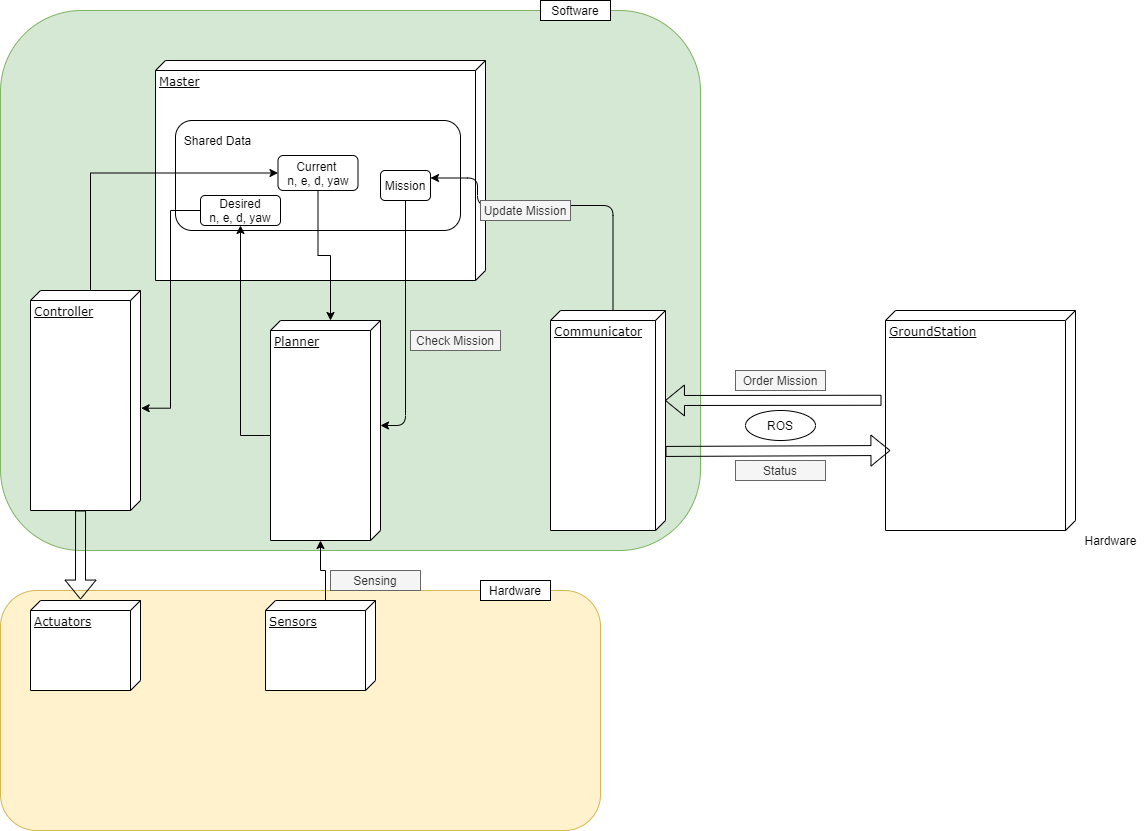
The draw.io diagram vbdc.png in sh-song/vision-based-drone-control, before a commit. Source tidied: cells renumbered, new cells last; positions are measured from the earlier drawing's top-left corner, leaving out a move shared by most shapes. The source it was exported from:
```xml
<mxGraphModel background="#ffffff">
  <root>
    <mxCell id="0" />
    <mxCell id="1" parent="0" />
    <mxCell id="2" style="rounded=1;whiteSpace=wrap;html=1;fillColor=#d5e8d4;strokeColor=#82b366;" parent="1" vertex="1">
      <mxGeometry y="10" width="700" height="540" as="geometry" />
    </mxCell>
    <mxCell id="3" style="rounded=1;whiteSpace=wrap;html=1;fillColor=#fff2cc;strokeColor=#d6b656;" parent="1" vertex="1">
      <mxGeometry y="590" width="600" height="240" as="geometry" />
    </mxCell>
    <mxCell id="4" value="Controller" style="verticalAlign=top;align=left;spacingTop=8;spacingLeft=2;spacingRight=12;shape=cube;size=10;direction=south;fontStyle=4;html=1;rounded=0;shadow=0;comic=0;labelBackgroundColor=none;strokeWidth=1;fontFamily=Verdana;fontSize=12;" parent="1" vertex="1">
      <mxGeometry x="30" y="290" width="110" height="220" as="geometry" />
    </mxCell>
    <mxCell id="5" value="Planner" style="verticalAlign=top;align=left;spacingTop=8;spacingLeft=2;spacingRight=12;shape=cube;size=10;direction=south;fontStyle=4;html=1;rounded=0;shadow=0;comic=0;labelBackgroundColor=none;strokeWidth=1;fontFamily=Verdana;fontSize=12;" parent="1" vertex="1">
      <mxGeometry x="270" y="320" width="110" height="220" as="geometry" />
    </mxCell>
    <mxCell id="6" value="Master" style="verticalAlign=top;align=left;spacingTop=8;spacingLeft=2;spacingRight=12;shape=cube;size=10;direction=south;fontStyle=4;html=1;rounded=0;shadow=0;comic=0;labelBackgroundColor=none;strokeWidth=1;fontFamily=Verdana;fontSize=12;" parent="1" vertex="1">
      <mxGeometry x="155" y="60" width="330" height="220" as="geometry" />
    </mxCell>
    <mxCell id="7" value="Communicator" style="verticalAlign=top;align=left;spacingTop=8;spacingLeft=2;spacingRight=12;shape=cube;size=10;direction=south;fontStyle=4;html=1;rounded=0;shadow=0;comic=0;labelBackgroundColor=none;strokeWidth=1;fontFamily=Verdana;fontSize=12;" parent="1" vertex="1">
      <mxGeometry x="550" y="310" width="115" height="220" as="geometry" />
    </mxCell>
    <mxCell id="8" value="GroundStation" style="verticalAlign=top;align=left;spacingTop=8;spacingLeft=2;spacingRight=12;shape=cube;size=10;direction=south;fontStyle=4;html=1;rounded=0;shadow=0;comic=0;labelBackgroundColor=none;strokeWidth=1;fontFamily=Verdana;fontSize=12;" parent="1" vertex="1">
      <mxGeometry x="885" y="310" width="190" height="220" as="geometry" />
    </mxCell>
    <mxCell id="9" value="&lt;div style=&quot;text-align: justify&quot;&gt;&lt;div&gt;&lt;br&gt;&lt;/div&gt;&lt;/div&gt;" style="rounded=1;whiteSpace=wrap;html=1;align=left;" parent="1" vertex="1">
      <mxGeometry x="175" y="120" width="285" height="110" as="geometry" />
    </mxCell>
    <mxCell id="10" value="Shared Data" style="text;html=1;strokeColor=none;fillColor=none;align=center;verticalAlign=middle;whiteSpace=wrap;rounded=0;sketch=0;" parent="1" vertex="1">
      <mxGeometry x="170" y="130" width="95" height="20" as="geometry" />
    </mxCell>
    <mxCell id="11" value="Check Mission" style="rounded=0;whiteSpace=wrap;html=1;sketch=0;fillColor=#f5f5f5;strokeColor=#666666;fontColor=#333333;" parent="1" vertex="1">
      <mxGeometry x="410" y="330" width="90" height="20" as="geometry" />
    </mxCell>
    <mxCell id="12" value="Order Mission" style="rounded=0;whiteSpace=wrap;html=1;sketch=0;fillColor=#f5f5f5;strokeColor=#666666;fontColor=#333333;" parent="1" vertex="1">
      <mxGeometry x="735" y="370" width="90" height="20" as="geometry" />
    </mxCell>
    <mxCell id="13" value="Status" style="rounded=0;whiteSpace=wrap;html=1;sketch=0;fillColor=#f5f5f5;strokeColor=#666666;fontColor=#333333;" parent="1" vertex="1">
      <mxGeometry x="735" y="460" width="90" height="20" as="geometry" />
    </mxCell>
    <mxCell id="14" style="shape=flexArrow;endArrow=classic;html=1;entryX=0.473;entryY=0.974;entryDx=0;entryDy=0;entryPerimeter=0;" parent="1" edge="1">
      <mxGeometry relative="1" as="geometry">
        <mxPoint x="665" y="450.9" as="sourcePoint" />
        <mxPoint x="889.9" y="450" as="targetPoint" />
      </mxGeometry>
    </mxCell>
    <mxCell id="15" style="shape=flexArrow;endArrow=classic;html=1;exitX=0.408;exitY=1.021;exitDx=0;exitDy=0;exitPerimeter=0;" parent="1" edge="1" source="8">
      <mxGeometry relative="1" as="geometry">
        <mxPoint x="664.5" y="400" as="targetPoint" />
      </mxGeometry>
    </mxCell>
    <mxCell id="16" style="edgeStyle=orthogonalEdgeStyle;curved=0;rounded=1;sketch=0;jettySize=auto;html=1;exitX=0.5;exitY=1;exitDx=0;exitDy=0;entryX=0;entryY=0;entryDx=105;entryDy=0;entryPerimeter=0;" parent="1" edge="1" source="17" target="5">
      <mxGeometry relative="1" as="geometry">
        <Array as="points">
          <mxPoint x="405" y="425" />
        </Array>
      </mxGeometry>
    </mxCell>
    <mxCell id="17" value="Mission" style="rounded=1;whiteSpace=wrap;html=1;sketch=0;" parent="1" vertex="1">
      <mxGeometry x="380" y="170" width="50" height="30" as="geometry" />
    </mxCell>
    <mxCell id="18" style="edgeStyle=orthogonalEdgeStyle;curved=0;rounded=1;sketch=0;jettySize=auto;html=1;exitX=0;exitY=0;exitDx=0;exitDy=52.5;exitPerimeter=0;entryX=1;entryY=0.25;entryDx=0;entryDy=0;" parent="1" edge="1" source="7" target="17">
      <mxGeometry relative="1" as="geometry">
        <Array as="points">
          <mxPoint x="477" y="205" />
        </Array>
      </mxGeometry>
    </mxCell>
    <mxCell id="19" value="Update Mission" style="rounded=0;whiteSpace=wrap;html=1;sketch=0;fillColor=#f5f5f5;strokeColor=#666666;fontColor=#333333;" parent="1" vertex="1">
      <mxGeometry x="480" y="200" width="90" height="20" as="geometry" />
    </mxCell>
    <mxCell id="20" style="edgeStyle=orthogonalEdgeStyle;rounded=0;jettySize=auto;html=1;exitX=0.5;exitY=1;exitDx=0;exitDy=0;entryX=0;entryY=0;entryDx=0;entryDy=50;entryPerimeter=0;" parent="1" edge="1" source="21" target="5">
      <mxGeometry relative="1" as="geometry" />
    </mxCell>
    <mxCell id="21" value="Current &lt;br&gt;n, e, d, yaw" style="rounded=1;whiteSpace=wrap;html=1;sketch=0;" parent="1" vertex="1">
      <mxGeometry x="277.5" y="155" width="80" height="35" as="geometry" />
    </mxCell>
    <mxCell id="22" style="edgeStyle=orthogonalEdgeStyle;rounded=0;jettySize=auto;html=1;exitX=0;exitY=0.5;exitDx=0;exitDy=0;entryX=0.535;entryY=-0.006;entryDx=0;entryDy=0;entryPerimeter=0;" parent="1" edge="1" source="23" target="4">
      <mxGeometry relative="1" as="geometry" />
    </mxCell>
    <mxCell id="23" value="Desired&lt;br&gt;n, e, d, yaw" style="rounded=1;whiteSpace=wrap;html=1;sketch=0;" parent="1" vertex="1">
      <mxGeometry x="200" y="195" width="80" height="30" as="geometry" />
    </mxCell>
    <mxCell id="24" style="edgeStyle=orthogonalEdgeStyle;rounded=0;jettySize=auto;html=1;exitX=0;exitY=0;exitDx=115;exitDy=110;exitPerimeter=0;entryX=0.5;entryY=1;entryDx=0;entryDy=0;" parent="1" edge="1" source="5" target="23">
      <mxGeometry relative="1" as="geometry">
        <Array as="points">
          <mxPoint x="240" y="435" />
        </Array>
      </mxGeometry>
    </mxCell>
    <mxCell id="25" style="shape=flexArrow;endArrow=classic;html=1;" parent="1" edge="1">
      <mxGeometry relative="1" as="geometry">
        <mxPoint x="80.1" y="510" as="sourcePoint" />
        <mxPoint x="80" y="599.1" as="targetPoint" />
      </mxGeometry>
    </mxCell>
    <mxCell id="26" style="edgeStyle=orthogonalEdgeStyle;rounded=0;jettySize=auto;html=1;exitX=0;exitY=0;exitDx=0;exitDy=50;exitPerimeter=0;entryX=0;entryY=0.5;entryDx=0;entryDy=0;" parent="1" edge="1" source="4" target="21">
      <mxGeometry relative="1" as="geometry" />
    </mxCell>
    <mxCell id="27" value="ROS" style="ellipse;whiteSpace=wrap;html=1;" parent="1" vertex="1">
      <mxGeometry x="745" y="410" width="70" height="30" as="geometry" />
    </mxCell>
    <mxCell id="28" style="edgeStyle=orthogonalEdgeStyle;rounded=0;jettySize=auto;html=1;exitX=0;exitY=0;exitDx=0;exitDy=50;exitPerimeter=0;entryX=0;entryY=0;entryDx=220;entryDy=60;entryPerimeter=0;" parent="1" edge="1" source="29" target="5">
      <mxGeometry relative="1" as="geometry" />
    </mxCell>
    <mxCell id="29" value="Sensors" style="verticalAlign=top;align=left;spacingTop=8;spacingLeft=2;spacingRight=12;shape=cube;size=10;direction=south;fontStyle=4;html=1;rounded=0;shadow=0;comic=0;labelBackgroundColor=none;strokeWidth=1;fontFamily=Verdana;fontSize=12;" parent="1" vertex="1">
      <mxGeometry x="265" y="600" width="110" height="90" as="geometry" />
    </mxCell>
    <mxCell id="30" value="Actuators" style="verticalAlign=top;align=left;spacingTop=8;spacingLeft=2;spacingRight=12;shape=cube;size=10;direction=south;fontStyle=4;html=1;rounded=0;shadow=0;comic=0;labelBackgroundColor=none;strokeWidth=1;fontFamily=Verdana;fontSize=12;" parent="1" vertex="1">
      <mxGeometry x="30" y="600" width="110" height="90" as="geometry" />
    </mxCell>
    <mxCell id="31" value="Sensing" style="rounded=0;whiteSpace=wrap;html=1;sketch=0;fillColor=#f5f5f5;strokeColor=#666666;fontColor=#333333;" parent="1" vertex="1">
      <mxGeometry x="330" y="570" width="90" height="20" as="geometry" />
    </mxCell>
    <mxCell id="32" value="Hardware" style="text;html=1;align=center;verticalAlign=middle;strokeColor=none;" parent="1" vertex="1">
      <mxGeometry x="1075" y="530" width="70" height="20" as="geometry" />
    </mxCell>
    <mxCell id="33" value="Hardware" style="whiteSpace=wrap;html=1;" parent="1" vertex="1">
      <mxGeometry x="480" y="580" width="70" height="20" as="geometry" />
    </mxCell>
    <mxCell id="34" value="Software" style="whiteSpace=wrap;html=1;" parent="1" vertex="1">
      <mxGeometry x="540" width="70" height="20" as="geometry" />
    </mxCell>
  </root>
</mxGraphModel>
```
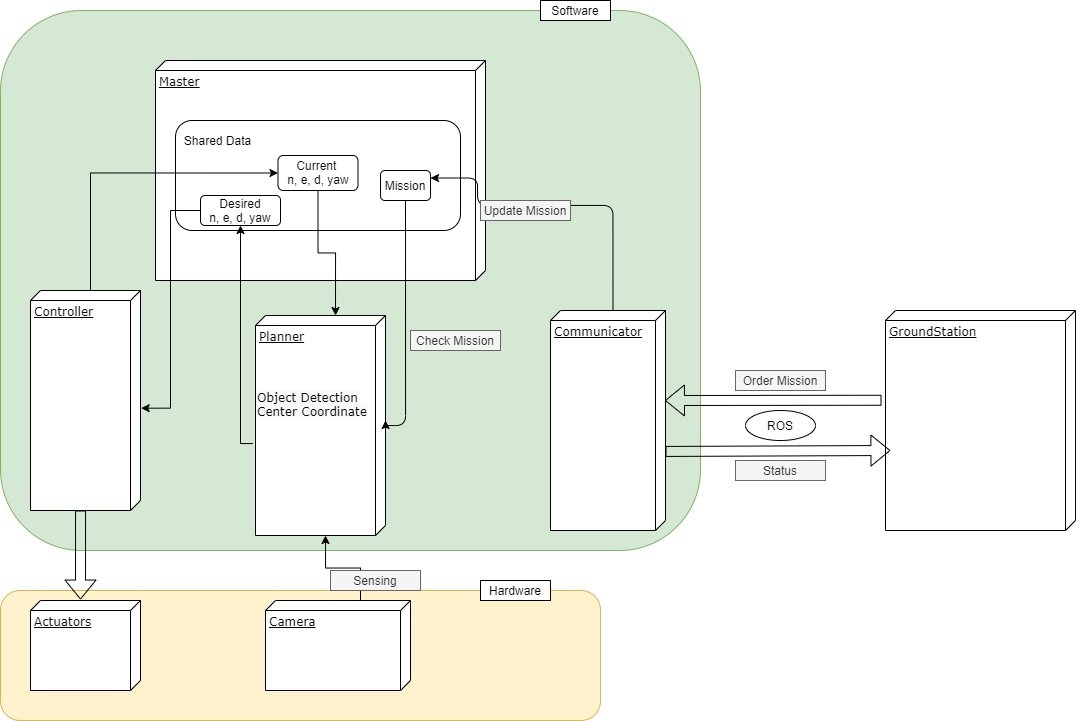
After the commit.

What changed in the source:
```diff
@@ -6,13 +6,13 @@
       <mxGeometry y="10" width="700" height="540" as="geometry" />
     </mxCell>
     <mxCell id="3" style="rounded=1;whiteSpace=wrap;html=1;fillColor=#fff2cc;strokeColor=#d6b656;" parent="1" vertex="1">
-      <mxGeometry y="590" width="600" height="240" as="geometry" />
+      <mxGeometry y="590" width="600" height="130" as="geometry" />
     </mxCell>
     <mxCell id="4" value="Controller" style="verticalAlign=top;align=left;spacingTop=8;spacingLeft=2;spacingRight=12;shape=cube;size=10;direction=south;fontStyle=4;html=1;rounded=0;shadow=0;comic=0;labelBackgroundColor=none;strokeWidth=1;fontFamily=Verdana;fontSize=12;" parent="1" vertex="1">
       <mxGeometry x="30" y="290" width="110" height="220" as="geometry" />
     </mxCell>
     <mxCell id="5" value="Planner" style="verticalAlign=top;align=left;spacingTop=8;spacingLeft=2;spacingRight=12;shape=cube;size=10;direction=south;fontStyle=4;html=1;rounded=0;shadow=0;comic=0;labelBackgroundColor=none;strokeWidth=1;fontFamily=Verdana;fontSize=12;" parent="1" vertex="1">
-      <mxGeometry x="270" y="320" width="110" height="220" as="geometry" />
+      <mxGeometry x="255" y="315" width="130" height="220" as="geometry" />
     </mxCell>
     <mxCell id="6" value="Master" style="verticalAlign=top;align=left;spacingTop=8;spacingLeft=2;spacingRight=12;shape=cube;size=10;direction=south;fontStyle=4;html=1;rounded=0;shadow=0;comic=0;labelBackgroundColor=none;strokeWidth=1;fontFamily=Verdana;fontSize=12;" parent="1" vertex="1">
       <mxGeometry x="155" y="60" width="330" height="220" as="geometry" />
@@ -81,10 +81,10 @@
     <mxCell id="23" value="Desired&lt;br&gt;n, e, d, yaw" style="rounded=1;whiteSpace=wrap;html=1;sketch=0;" parent="1" vertex="1">
       <mxGeometry x="200" y="195" width="80" height="30" as="geometry" />
     </mxCell>
-    <mxCell id="24" style="edgeStyle=orthogonalEdgeStyle;rounded=0;jettySize=auto;html=1;exitX=0;exitY=0;exitDx=115;exitDy=110;exitPerimeter=0;entryX=0.5;entryY=1;entryDx=0;entryDy=0;" parent="1" edge="1" source="5" target="23">
+    <mxCell id="24" style="edgeStyle=orthogonalEdgeStyle;rounded=0;jettySize=auto;html=1;exitX=0.582;exitY=1.021;exitDx=0;exitDy=0;exitPerimeter=0;entryX=0.5;entryY=1;entryDx=0;entryDy=0;" parent="1" edge="1" source="5" target="23">
       <mxGeometry relative="1" as="geometry">
         <Array as="points">
-          <mxPoint x="240" y="435" />
+          <mxPoint x="240" y="443" />
         </Array>
       </mxGeometry>
     </mxCell>
@@ -103,8 +103,8 @@
     <mxCell id="28" style="edgeStyle=orthogonalEdgeStyle;rounded=0;jettySize=auto;html=1;exitX=0;exitY=0;exitDx=0;exitDy=50;exitPerimeter=0;entryX=0;entryY=0;entryDx=220;entryDy=60;entryPerimeter=0;" parent="1" edge="1" source="29" target="5">
       <mxGeometry relative="1" as="geometry" />
     </mxCell>
-    <mxCell id="29" value="Sensors" style="verticalAlign=top;align=left;spacingTop=8;spacingLeft=2;spacingRight=12;shape=cube;size=10;direction=south;fontStyle=4;html=1;rounded=0;shadow=0;comic=0;labelBackgroundColor=none;strokeWidth=1;fontFamily=Verdana;fontSize=12;" parent="1" vertex="1">
-      <mxGeometry x="265" y="600" width="110" height="90" as="geometry" />
+    <mxCell id="29" value="Camera&lt;br&gt;" style="verticalAlign=top;align=left;spacingTop=8;spacingLeft=2;spacingRight=12;shape=cube;size=10;direction=south;fontStyle=4;html=1;rounded=0;shadow=0;comic=0;labelBackgroundColor=none;strokeWidth=1;fontFamily=Verdana;fontSize=12;" parent="1" vertex="1">
+      <mxGeometry x="265" y="600" width="145" height="90" as="geometry" />
     </mxCell>
     <mxCell id="30" value="Actuators" style="verticalAlign=top;align=left;spacingTop=8;spacingLeft=2;spacingRight=12;shape=cube;size=10;direction=south;fontStyle=4;html=1;rounded=0;shadow=0;comic=0;labelBackgroundColor=none;strokeWidth=1;fontFamily=Verdana;fontSize=12;" parent="1" vertex="1">
       <mxGeometry x="30" y="600" width="110" height="90" as="geometry" />
@@ -112,14 +112,14 @@
     <mxCell id="31" value="Sensing" style="rounded=0;whiteSpace=wrap;html=1;sketch=0;fillColor=#f5f5f5;strokeColor=#666666;fontColor=#333333;" parent="1" vertex="1">
       <mxGeometry x="330" y="570" width="90" height="20" as="geometry" />
     </mxCell>
-    <mxCell id="32" value="Hardware" style="text;html=1;align=center;verticalAlign=middle;strokeColor=none;" parent="1" vertex="1">
-      <mxGeometry x="1075" y="530" width="70" height="20" as="geometry" />
-    </mxCell>
     <mxCell id="33" value="Hardware" style="whiteSpace=wrap;html=1;" parent="1" vertex="1">
       <mxGeometry x="480" y="580" width="70" height="20" as="geometry" />
     </mxCell>
     <mxCell id="34" value="Software" style="whiteSpace=wrap;html=1;" parent="1" vertex="1">
       <mxGeometry x="540" width="70" height="20" as="geometry" />
     </mxCell>
+    <mxCell id="35" value="&lt;br style=&quot;color: rgb(0, 0, 0); font-family: verdana; font-size: 12px; font-style: normal; font-weight: 400; letter-spacing: normal; text-align: left; text-indent: 0px; text-transform: none; word-spacing: 0px; background-color: rgb(248, 249, 250);&quot;&gt;&lt;span style=&quot;color: rgb(0, 0, 0); font-family: verdana; font-size: 12px; font-style: normal; font-weight: 400; letter-spacing: normal; text-align: left; text-indent: 0px; text-transform: none; word-spacing: 0px; background-color: rgb(248, 249, 250); display: inline; float: none;&quot;&gt;Object Detection&lt;/span&gt;&lt;br style=&quot;color: rgb(0, 0, 0); font-family: verdana; font-size: 12px; font-style: normal; font-weight: 400; letter-spacing: normal; text-align: left; text-indent: 0px; text-transform: none; word-spacing: 0px; background-color: rgb(248, 249, 250);&quot;&gt;&lt;span style=&quot;color: rgb(0, 0, 0); font-family: verdana; font-size: 12px; font-style: normal; font-weight: 400; letter-spacing: normal; text-align: left; text-indent: 0px; text-transform: none; word-spacing: 0px; background-color: rgb(248, 249, 250); display: inline; float: none;&quot;&gt;Center Coordinate&lt;/span&gt;" style="text;whiteSpace=wrap;html=1;fontStyle=0;" parent="1" vertex="1">
+      <mxGeometry x="255" y="370" width="112.5" height="60" as="geometry" />
+    </mxCell>
   </root>
 </mxGraphModel>
```
